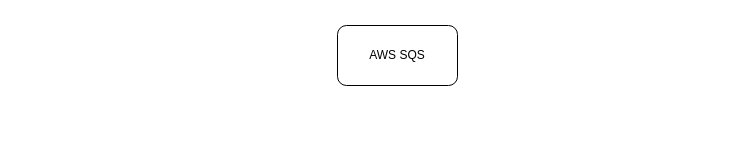
Before: aws-sqs/aws-sqs.drawio in woodguest/drawio, a draw.io diagram. Source tidied: cells renumbered, new cells numbered last; positions are measured from the earlier drawing's top-left corner, leaving out a move shared by most shapes. Both pictures are drawn from the tidied source at 100%, with x=0, y=0 at pixel (337, 25).
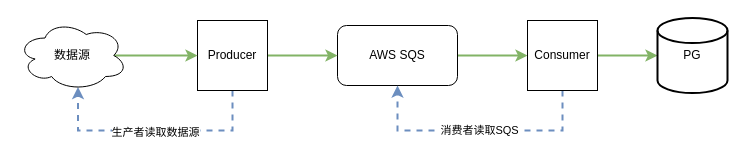
The same diagram, later.

What changed in the source:
```diff
@@
 <mxGraphModel>
   <root>
     <mxCell id="0" />
     <mxCell id="1" parent="0" />
+    <mxCell id="3" style="edgeStyle=orthogonalEdgeStyle;rounded=0;jettySize=auto;html=1;exitX=1;exitY=0.5;exitDx=0;exitDy=0;strokeWidth=2;fillColor=#d5e8d4;strokeColor=#82b366;" parent="1" edge="1" source="2" target="11">
+      <mxGeometry relative="1" as="geometry" />
+    </mxCell>
     <mxCell id="2" value="AWS SQS" style="rounded=1;whiteSpace=wrap;html=1;" parent="1" vertex="1">
       <mxGeometry width="120" height="60" as="geometry" />
     </mxCell>
+    <mxCell id="4" style="edgeStyle=orthogonalEdgeStyle;rounded=0;jettySize=auto;html=1;exitX=1;exitY=0.5;exitDx=0;exitDy=0;strokeWidth=2;fillColor=#d5e8d4;strokeColor=#82b366;" parent="1" edge="1" source="7" target="2">
+      <mxGeometry relative="1" as="geometry" />
+    </mxCell>
+    <mxCell id="5" style="edgeStyle=orthogonalEdgeStyle;rounded=0;jettySize=auto;html=1;entryX=0.55;entryY=0.95;entryDx=0;entryDy=0;entryPerimeter=0;strokeWidth=2;dashed=1;exitX=0.5;exitY=1;exitDx=0;exitDy=0;fillColor=#dae8fc;strokeColor=#6c8ebf;" parent="1" edge="1" source="7" target="14">
+      <mxGeometry relative="1" as="geometry">
+        <Array as="points">
+          <mxPoint x="-105" y="65" />
+          <mxPoint x="-105" y="105" />
+          <mxPoint x="-229" y="105" />
+        </Array>
+      </mxGeometry>
+    </mxCell>
+    <mxCell id="6" value="生产者读取数据源" style="edgeLabel;html=1;align=center;verticalAlign=middle;" parent="5" vertex="1">
+      <mxGeometry x="-0.14" y="1" relative="1" as="geometry">
+        <mxPoint x="-16" as="offset" />
+      </mxGeometry>
+    </mxCell>
+    <mxCell id="7" value="Producer" style="whiteSpace=wrap;html=1;" parent="1" vertex="1">
+      <mxGeometry x="-140" y="-5" width="70" height="70" as="geometry" />
+    </mxCell>
+    <mxCell id="8" style="edgeStyle=orthogonalEdgeStyle;rounded=0;jettySize=auto;html=1;exitX=1;exitY=0.5;exitDx=0;exitDy=0;entryX=0;entryY=0.5;entryDx=0;entryDy=0;entryPerimeter=0;strokeWidth=2;fillColor=#d5e8d4;strokeColor=#82b366;" parent="1" edge="1" source="11" target="12">
+      <mxGeometry relative="1" as="geometry" />
+    </mxCell>
+    <mxCell id="9" style="edgeStyle=orthogonalEdgeStyle;rounded=0;jettySize=auto;html=1;exitX=0.5;exitY=1;exitDx=0;exitDy=0;entryX=0.5;entryY=1;entryDx=0;entryDy=0;dashed=1;strokeWidth=2;fillColor=#dae8fc;strokeColor=#6c8ebf;" parent="1" edge="1" source="11" target="2">
+      <mxGeometry relative="1" as="geometry">
+        <Array as="points">
+          <mxPoint x="205" y="105" />
+          <mxPoint x="40" y="105" />
+        </Array>
+      </mxGeometry>
+    </mxCell>
+    <mxCell id="10" value="消费者读取SQS" style="edgeLabel;html=1;align=center;verticalAlign=middle;" parent="9" vertex="1">
+      <mxGeometry x="-0.01" y="-1" relative="1" as="geometry" />
+    </mxCell>
+    <mxCell id="11" value="Consumer" style="whiteSpace=wrap;html=1;" parent="1" vertex="1">
+      <mxGeometry x="190" y="-5" width="70" height="70" as="geometry" />
+    </mxCell>
+    <mxCell id="12" value="PG" style="strokeWidth=2;html=1;shape=mxgraph.flowchart.database;whiteSpace=wrap;" parent="1" vertex="1">
+      <mxGeometry x="320" y="-7.5" width="70" height="75" as="geometry" />
+    </mxCell>
+    <mxCell id="13" style="edgeStyle=orthogonalEdgeStyle;rounded=0;jettySize=auto;html=1;exitX=0.875;exitY=0.5;exitDx=0;exitDy=0;exitPerimeter=0;strokeWidth=2;fillColor=#d5e8d4;strokeColor=#82b366;" parent="1" edge="1" source="14" target="7">
+      <mxGeometry relative="1" as="geometry" />
+    </mxCell>
+    <mxCell id="14" value="数据源" style="ellipse;shape=cloud;whiteSpace=wrap;html=1;" parent="1" vertex="1">
+      <mxGeometry x="-320" y="-5" width="110" height="70" as="geometry" />
+    </mxCell>
   </root>
 </mxGraphModel>
```
